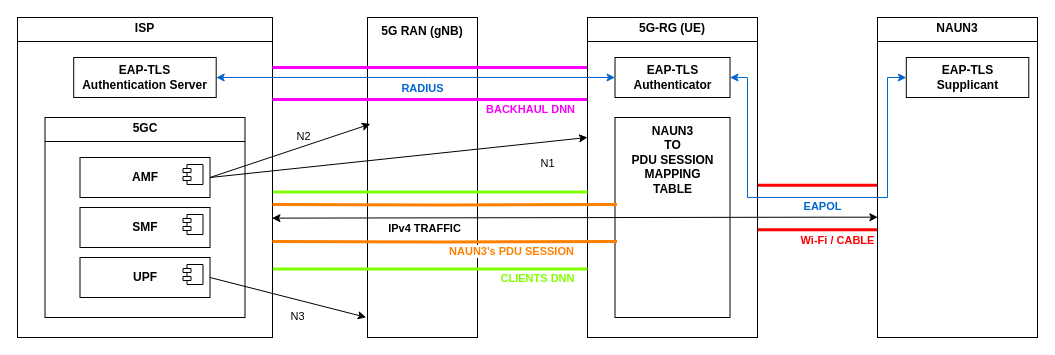
The draw.io diagram page "General Topology" (1 of 4) of docs/5G Emulated Network/topology.drawio in davidjosearaujo/dissertation, before the edit. Source tidied: cells renumbered, new cells numbered last; positions are measured from the earlier drawing's top-left corner, leaving out a move shared by most shapes. Both pictures are drawn from the tidied source at 100%, with x=0, y=0 at pixel (17, 17).
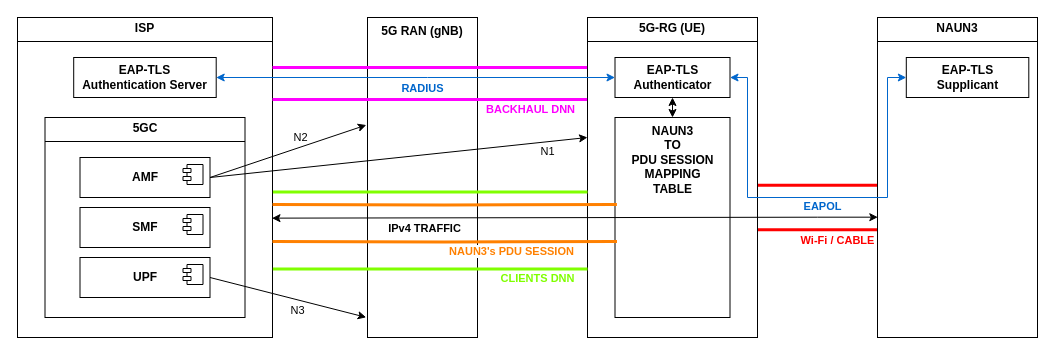
Above is the later version.

Unchanged cells that the change refers to:
```xml
<mxCell id="2" value="&lt;b&gt;5G RAN (gNB)&lt;/b&gt;" style="html=1;whiteSpace=wrap;verticalAlign=top;" parent="1" vertex="1">
  <mxGeometry x="350" width="110" height="320" as="geometry" />
</mxCell>
<mxCell id="9" value="&lt;b&gt;EAP-TLS&lt;br&gt;Authenticator&lt;/b&gt;" style="html=1;whiteSpace=wrap;" parent="1" vertex="1">
  <mxGeometry x="597.5" y="40" width="115" height="40" as="geometry" />
</mxCell>
<mxCell id="14" value="&lt;b&gt;AMF&lt;/b&gt;" style="html=1;whiteSpace=wrap;" parent="1" vertex="1">
  <mxGeometry x="62.5" y="140" width="130" height="40" as="geometry" />
</mxCell>
<mxCell id="20" style="rounded=0;jettySize=auto;html=1;exitX=1;exitY=0.5;exitDx=0;exitDy=0;entryX=-0.012;entryY=0.937;entryDx=0;entryDy=0;entryPerimeter=0;" parent="1" edge="1" source="16" target="2">
  <mxGeometry relative="1" as="geometry" />
</mxCell>
<mxCell id="24" style="rounded=0;jettySize=auto;html=1;exitX=1;exitY=0.5;exitDx=0;exitDy=0;entryX=0;entryY=0.375;entryDx=0;entryDy=0;entryPerimeter=0;" parent="1" edge="1" source="14" target="5">
  <mxGeometry relative="1" as="geometry" />
</mxCell>
<mxCell id="30" value="&lt;b&gt;NAUN3&lt;br&gt;TO&lt;br&gt;PDU SESSION&lt;br&gt;MAPPING&lt;br&gt;TABLE&lt;/b&gt;" style="html=1;whiteSpace=wrap;verticalAlign=top;" parent="1" vertex="1">
  <mxGeometry x="597.5" y="100" width="115" height="200" as="geometry" />
</mxCell>
```

Change to the diagram source:
```diff
@@
+    <mxCell id="37" style="edgeStyle=orthogonalEdgeStyle;rounded=0;jettySize=auto;html=1;exitX=0.5;exitY=1;exitDx=0;exitDy=0;entryX=0.5;entryY=0;entryDx=0;entryDy=0;startArrow=classic;startFill=1;" parent="1" edge="1" source="9" target="30">
+      <mxGeometry relative="1" as="geometry" />
+    </mxCell>
@@
     <mxCell id="21" value="N3" style="edgeLabel;html=1;align=center;verticalAlign=middle;" parent="20" vertex="1">
       <mxGeometry x="0.25" relative="1" as="geometry">
-        <mxPoint x="-11" y="14" as="offset" />
+        <mxPoint x="-11" y="8" as="offset" />
       </mxGeometry>
     </mxCell>
-    <mxCell id="22" style="rounded=0;jettySize=auto;html=1;exitX=1;exitY=0.5;exitDx=0;exitDy=0;entryX=0.026;entryY=0.333;entryDx=0;entryDy=0;entryPerimeter=0;" parent="1" edge="1" source="14" target="2">
+    <mxCell id="22" style="rounded=0;jettySize=auto;html=1;exitX=1;exitY=0.5;exitDx=0;exitDy=0;entryX=-0.011;entryY=0.336;entryDx=0;entryDy=0;entryPerimeter=0;" parent="1" edge="1" source="14" target="2">
       <mxGeometry relative="1" as="geometry" />
     </mxCell>
     <mxCell id="23" value="N2" style="edgeLabel;html=1;align=center;verticalAlign=middle;" parent="22" vertex="1">
       <mxGeometry x="0.3" relative="1" as="geometry">
-        <mxPoint x="-11" y="-7" as="offset" />
+        <mxPoint x="-11" y="-6" as="offset" />
       </mxGeometry>
     </mxCell>
@@
     <mxCell id="25" value="N1" style="edgeLabel;html=1;align=center;verticalAlign=middle;" parent="24" vertex="1">
       <mxGeometry x="0.1" relative="1" as="geometry">
-        <mxPoint x="129" y="8" as="offset" />
+        <mxPoint x="129" y="-4" as="offset" />
       </mxGeometry>
     </mxCell>
```
